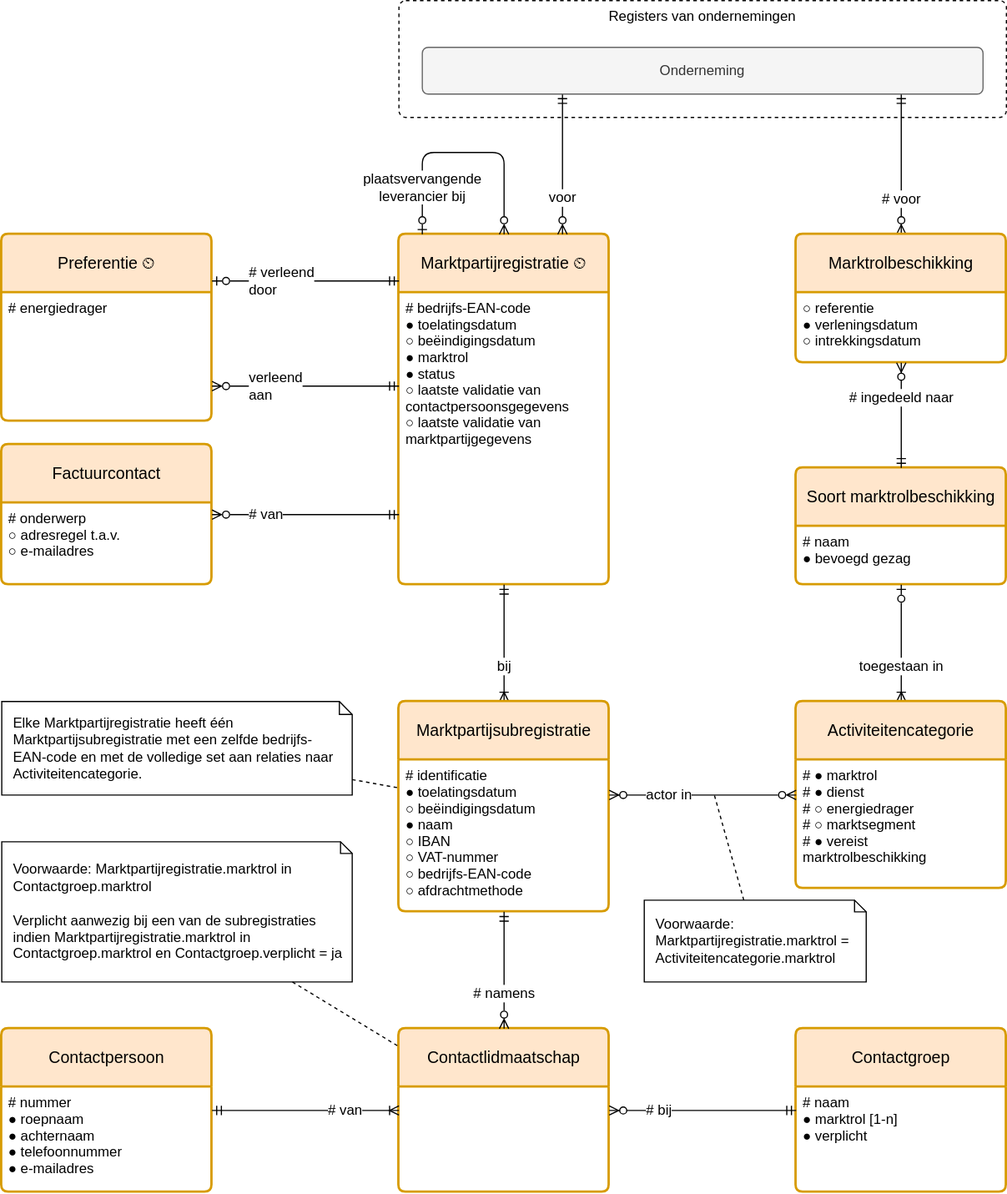
Above: registers/marktpartijenregister/1.7/marktpartijenregister.drawio.svg in netbeheernederland/stelsel (draw.io), before the change. Source tidied: cells renumbered, new cells last; positions are measured from the earlier drawing's top-left corner, leaving out a move shared by most shapes.
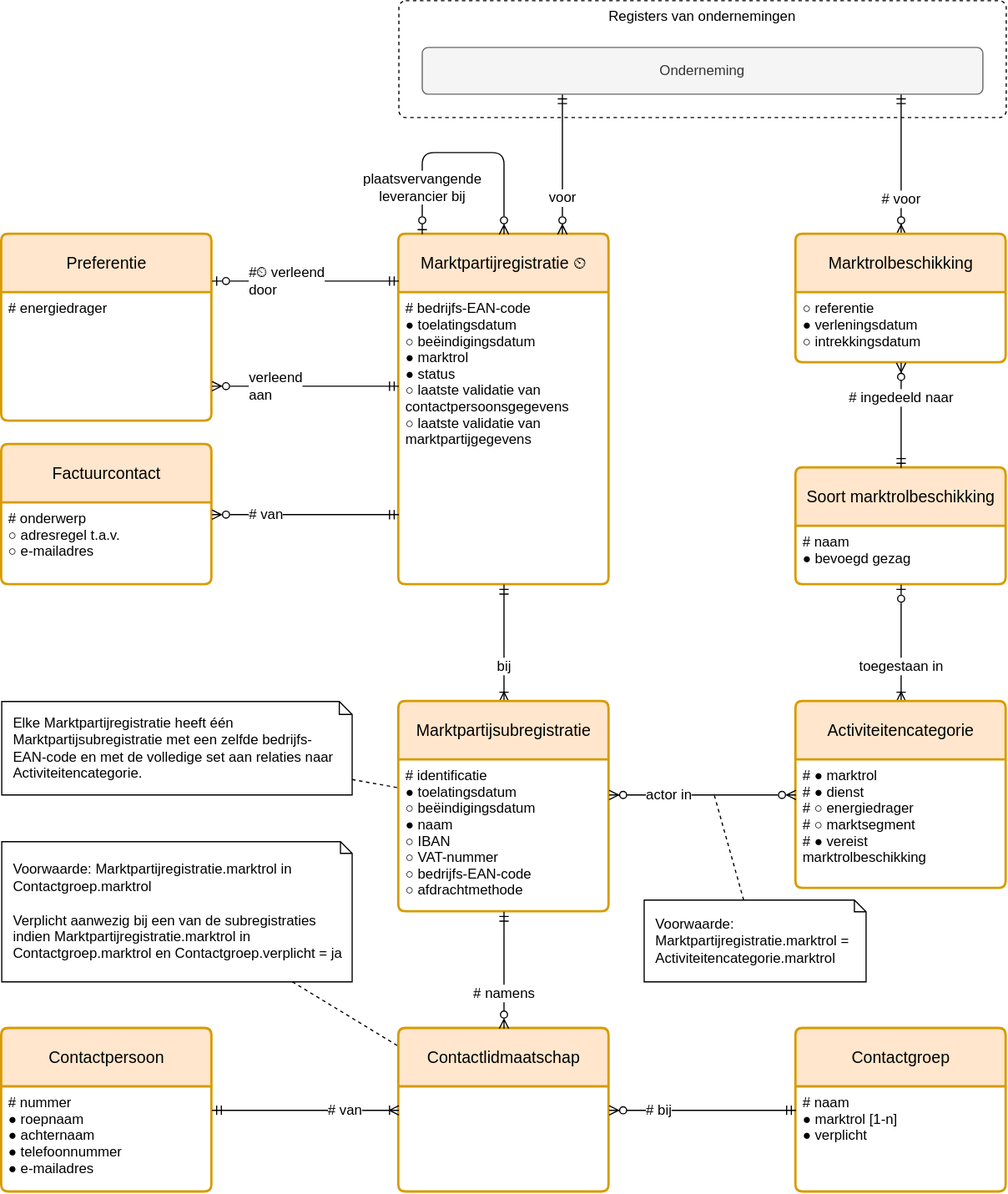
Above is the later version.

The edit, as a diff of the source:
```diff
@@ -44,7 +44,7 @@
     <mxCell id="13" value="bij" style="fontSize=12;html=1;endArrow=ERmandOne;rounded=0;startArrow=ERoneToMany;startFill=0;endFill=0;align=center;edgeStyle=elbowEdgeStyle;" parent="1" edge="1" source="29" target="9">
       <mxGeometry x="-0.4" relative="1" as="geometry" />
     </mxCell>
-    <mxCell id="14" value="Preferentie ⏲" style="swimlane;horizontal=1;startSize=50;rounded=1;fontSize=14;fontStyle=0;strokeWidth=2;shadow=0;dashed=0;align=center;fillColor=#ffe6cc;strokeColor=#d79b00;arcSize=4;whiteSpace=wrap;spacing=10;" parent="1" vertex="1">
+    <mxCell id="14" value="Preferentie" style="swimlane;horizontal=1;startSize=50;rounded=1;fontSize=14;fontStyle=0;strokeWidth=2;shadow=0;dashed=0;align=center;fillColor=#ffe6cc;strokeColor=#d79b00;arcSize=4;whiteSpace=wrap;spacing=10;" parent="1" vertex="1">
       <mxGeometry y="200" width="180" height="160" as="geometry" />
     </mxCell>
     <mxCell id="15" value="# energiedrager" style="align=left;strokeColor=none;fillColor=none;spacingLeft=4;fontSize=12;verticalAlign=top;" parent="14" vertex="1">
@@ -58,7 +58,7 @@
         </Array>
       </mxGeometry>
     </mxCell>
-    <mxCell id="17" value="# verleend&lt;br&gt;door" style="fontSize=12;html=1;endArrow=ERmandOne;rounded=0;startArrow=ERzeroToOne;startFill=0;endFill=0;align=left;edgeStyle=elbowEdgeStyle;elbow=vertical;" parent="1" edge="1" source="14" target="9">
+    <mxCell id="17" value="#⏲ verleend&lt;br&gt;door" style="fontSize=12;html=1;endArrow=ERmandOne;rounded=0;startArrow=ERzeroToOne;startFill=0;endFill=0;align=left;edgeStyle=elbowEdgeStyle;elbow=vertical;" parent="1" edge="1" source="14" target="9">
       <mxGeometry x="-0.62" relative="1" as="geometry">
         <Array as="points">
           <mxPoint x="260" y="240" />
```
